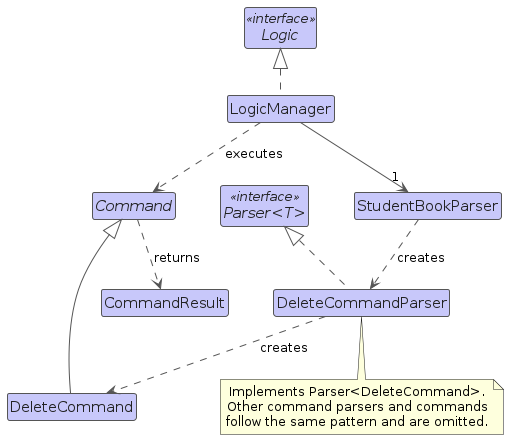
Above: diagrams/LogicClassDiagram.png in AY2627S1-CS2103T-T16-1/tp (PlantUML), before the change. Its source is kept beside it as diagrams/LogicClassDiagram.puml.
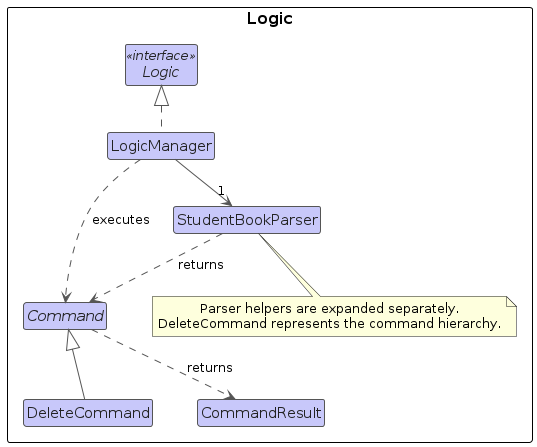
The same diagram one commit later.

The edit, as a diff of the source:
```diff
@@ -10,11 +10,10 @@
 skinparam nodesep 45
 skinparam ranksep 45
 
+package "Logic" as LogicComponent {
 interface Logic <<interface>>
 class LogicManager
 class StudentBookParser
-interface "Parser<T>" as Parser <<interface>>
-class DeleteCommandParser
 abstract class Command
 class DeleteCommand
 class CommandResult
@@ -22,15 +21,13 @@
 LogicManager .up.|> Logic
 LogicManager --> "1" StudentBookParser
 LogicManager ..> Command : executes
-StudentBookParser ..> DeleteCommandParser : creates
-DeleteCommandParser .up.|> Parser
-DeleteCommandParser ..> DeleteCommand : creates
+StudentBookParser ..> Command : returns
 DeleteCommand -up-|> Command
 Command ..> CommandResult : returns
 
-note bottom of DeleteCommandParser
-  Implements Parser<DeleteCommand>.
-  Other command parsers and commands
-  follow the same pattern and are omitted.
+note bottom of StudentBookParser
+  Parser helpers are expanded separately.
+  DeleteCommand represents the command hierarchy.
 end note
+}
 @enduml
```
